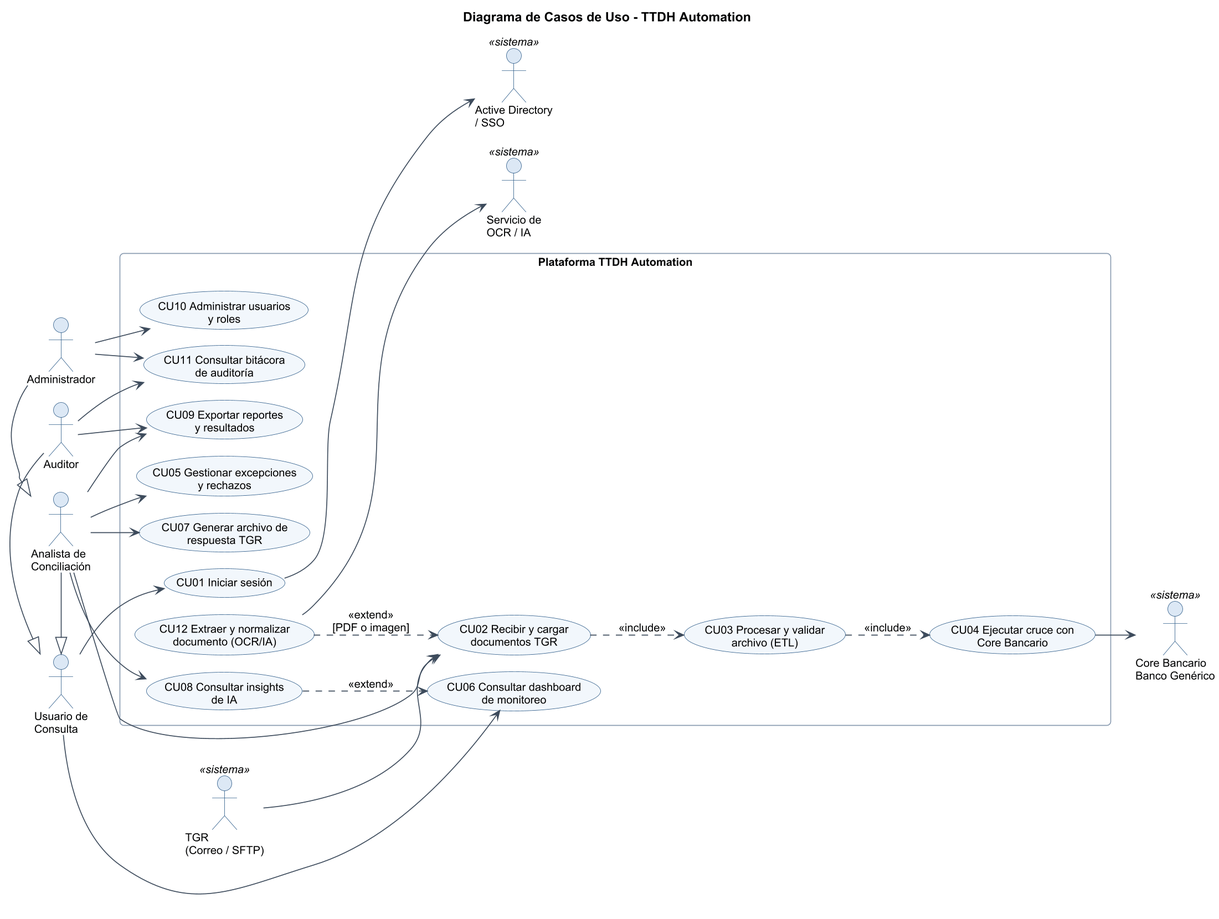
JS-Ranker/CAPSTONE keeps this PlantUML diagram as Fase 2/Evidencias Proyecto/Evidencias de Documentación/Análisis y Diseño/Diagramas/01_casos_de_uso.png. Above is the earlier version.
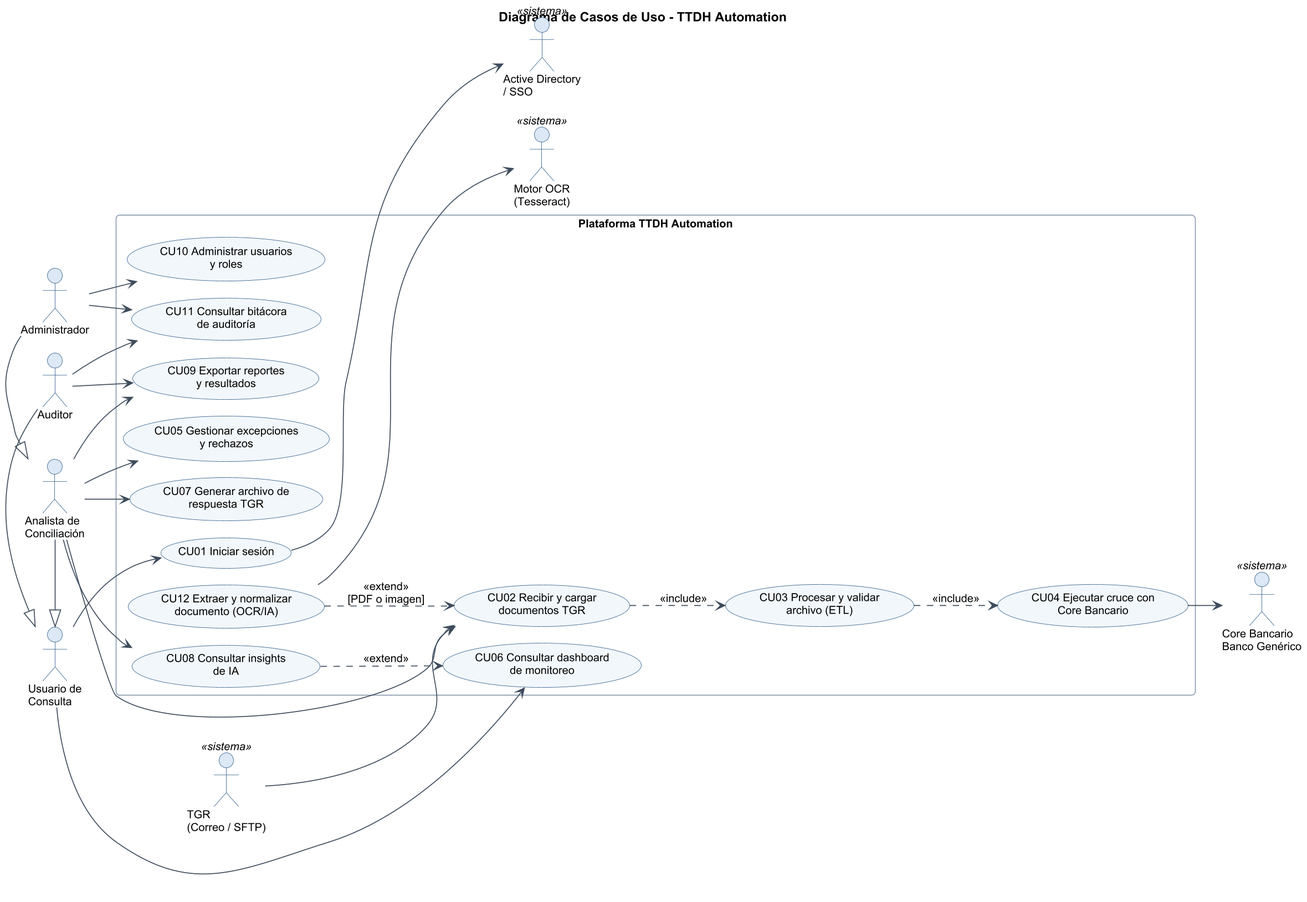
Above is the later version.

The edit, as a diff of the source:
```diff
@@ -14,7 +14,7 @@
 actor "TGR\n(Correo / SFTP)" as TGR <<sistema>>
 actor "Core Bancario\nBanco Genérico" as CORE <<sistema>>
 actor "Active Directory\n/ SSO" as SSO <<sistema>>
-actor "Servicio de\nOCR / IA" as OCR <<sistema>>
+actor "Motor OCR\n(Tesseract)" as OCR <<sistema>>
 
 rectangle "Plataforma TTDH Automation" {
   usecase "CU01 Iniciar sesión" as CU01
```
